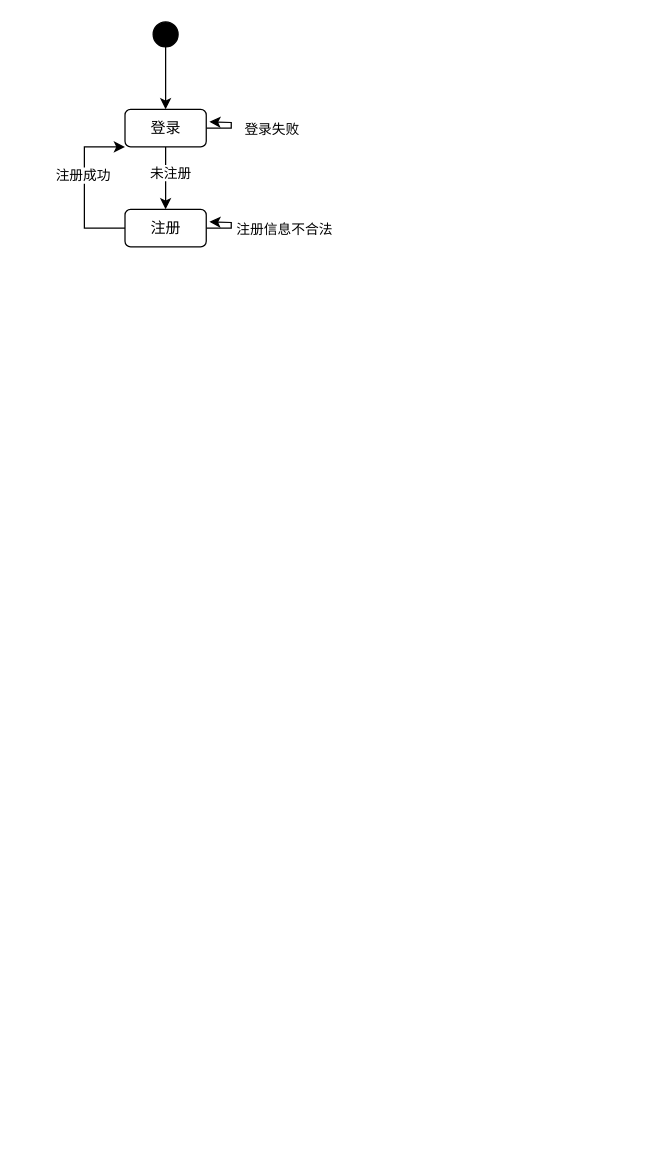
This is uml.drawio from Gannju/remote-repo, a draw.io file, before an edit. Source tidied: cells renumbered, new cells numbered last; positions are measured from the earlier drawing's top-left corner, leaving out a move shared by most shapes. Both pictures are drawn from the tidied source at 125%, with x=0, y=0 at pixel (84, 21).
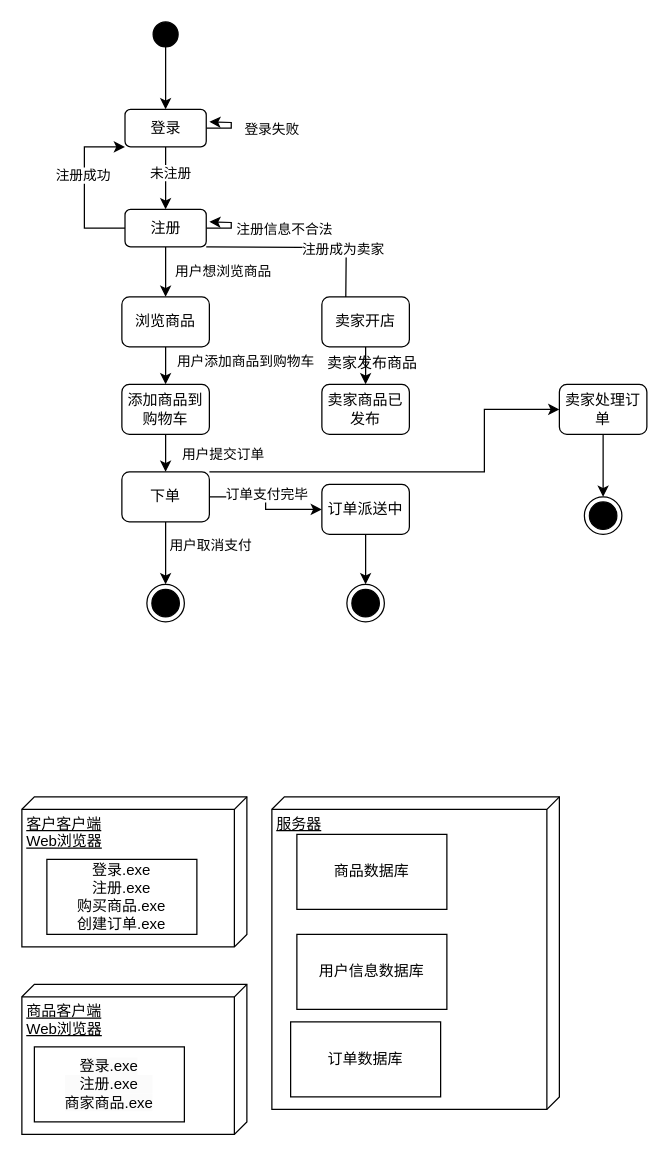
Above is the later version.

Unchanged cells that the change refers to:
```xml
<mxCell id="13" value="注册" style="rounded=1;whiteSpace=wrap;html=1;" parent="1" vertex="1">
  <mxGeometry x="32.5" y="150" width="65" height="30" as="geometry" />
</mxCell>
```

What changed in the source:
```diff
@@
+    <mxCell id="14" style="edgeStyle=orthogonalEdgeStyle;rounded=0;jettySize=auto;html=1;entryX=0.5;entryY=0;entryDx=0;entryDy=0;" parent="1" edge="1" source="13" target="20">
+      <mxGeometry relative="1" as="geometry" />
+    </mxCell>
+    <mxCell id="15" value="用户想浏览商品" style="edgeLabel;html=1;align=center;verticalAlign=middle;" parent="14" vertex="1">
+      <mxGeometry x="-0.49" y="2" relative="1" as="geometry">
+        <mxPoint x="43" y="9" as="offset" />
+      </mxGeometry>
+    </mxCell>
+    <mxCell id="16" style="edgeStyle=orthogonalEdgeStyle;rounded=0;orthogonalLoop=1;jettySize=auto;html=1;entryX=0.5;entryY=0;entryDx=0;entryDy=0;" parent="1" edge="1">
+      <mxGeometry relative="1" as="geometry">
+        <mxPoint x="97.5" y="180" as="sourcePoint" />
+        <mxPoint x="209" y="235" as="targetPoint" />
+      </mxGeometry>
+    </mxCell>
+    <mxCell id="17" value="注册成为卖家" style="edgeLabel;html=1;align=center;verticalAlign=middle;" parent="16" vertex="1">
+      <mxGeometry x="0.31" y="-1" relative="1" as="geometry" />
+    </mxCell>
@@
+    <mxCell id="18" style="edgeStyle=orthogonalEdgeStyle;rounded=0;jettySize=auto;html=1;entryX=0.5;entryY=0;entryDx=0;entryDy=0;" parent="1" edge="1" source="20" target="29">
+      <mxGeometry relative="1" as="geometry" />
+    </mxCell>
+    <mxCell id="19" value="用户添加商品到购物车" style="edgeLabel;html=1;align=center;verticalAlign=middle;" parent="18" vertex="1">
+      <mxGeometry x="-0.66" y="-1" relative="1" as="geometry">
+        <mxPoint x="64" y="2" as="offset" />
+      </mxGeometry>
+    </mxCell>
+    <mxCell id="20" value="浏览商品" style="rounded=1;whiteSpace=wrap;html=1;" parent="1" vertex="1">
+      <mxGeometry x="30" y="220" width="70" height="40" as="geometry" />
+    </mxCell>
+    <mxCell id="21" style="edgeStyle=orthogonalEdgeStyle;rounded=0;jettySize=auto;html=1;entryX=0.5;entryY=0;entryDx=0;entryDy=0;" parent="1" edge="1" source="26" target="30">
+      <mxGeometry relative="1" as="geometry" />
+    </mxCell>
+    <mxCell id="22" value="用户取消支付" style="edgeLabel;html=1;align=center;verticalAlign=middle;" parent="21" vertex="1">
+      <mxGeometry x="-0.29" y="1" relative="1" as="geometry">
+        <mxPoint x="34" as="offset" />
+      </mxGeometry>
+    </mxCell>
+    <mxCell id="23" style="edgeStyle=orthogonalEdgeStyle;rounded=0;jettySize=auto;html=1;entryX=0;entryY=0.5;entryDx=0;entryDy=0;" parent="1" edge="1" source="26" target="32">
+      <mxGeometry relative="1" as="geometry" />
+    </mxCell>
+    <mxCell id="24" value="订单支付完毕" style="edgeLabel;html=1;align=center;verticalAlign=middle;" parent="23" vertex="1">
+      <mxGeometry x="0.03" relative="1" as="geometry">
+        <mxPoint y="-10" as="offset" />
+      </mxGeometry>
+    </mxCell>
+    <mxCell id="25" style="edgeStyle=orthogonalEdgeStyle;rounded=0;jettySize=auto;html=1;entryX=0;entryY=0.5;entryDx=0;entryDy=0;" parent="1" edge="1" source="26" target="39">
+      <mxGeometry relative="1" as="geometry">
+        <Array as="points">
+          <mxPoint x="320" y="360" />
+          <mxPoint x="320" y="310" />
+        </Array>
+      </mxGeometry>
+    </mxCell>
+    <mxCell id="26" value="下单" style="rounded=1;whiteSpace=wrap;html=1;" parent="1" vertex="1">
+      <mxGeometry x="30" y="360" width="70" height="40" as="geometry" />
+    </mxCell>
+    <mxCell id="27" style="edgeStyle=orthogonalEdgeStyle;rounded=0;jettySize=auto;html=1;entryX=0.5;entryY=0;entryDx=0;entryDy=0;" parent="1" edge="1" source="29" target="26">
+      <mxGeometry relative="1" as="geometry" />
+    </mxCell>
+    <mxCell id="28" value="用户提交订单" style="edgeLabel;html=1;align=center;verticalAlign=middle;" parent="27" vertex="1">
+      <mxGeometry x="0.4" relative="1" as="geometry">
+        <mxPoint x="45" as="offset" />
+      </mxGeometry>
+    </mxCell>
+    <mxCell id="29" value="添加商品到购物车" style="rounded=1;whiteSpace=wrap;html=1;" parent="1" vertex="1">
+      <mxGeometry x="30" y="290" width="70" height="40" as="geometry" />
+    </mxCell>
+    <mxCell id="30" style="ellipse;html=1;shape=endState;fillColor=strokeColor;" parent="1" vertex="1">
+      <mxGeometry x="50" y="450" width="30" height="30" as="geometry" />
+    </mxCell>
+    <mxCell id="31" style="edgeStyle=orthogonalEdgeStyle;rounded=0;jettySize=auto;html=1;entryX=0.5;entryY=0;entryDx=0;entryDy=0;" parent="1" edge="1" source="32" target="33">
+      <mxGeometry relative="1" as="geometry" />
+    </mxCell>
+    <mxCell id="32" value="订单派送中" style="rounded=1;whiteSpace=wrap;html=1;" parent="1" vertex="1">
+      <mxGeometry x="190" y="370" width="70" height="40" as="geometry" />
+    </mxCell>
+    <mxCell id="33" style="ellipse;html=1;shape=endState;fillColor=strokeColor;" parent="1" vertex="1">
+      <mxGeometry x="210" y="450" width="30" height="30" as="geometry" />
+    </mxCell>
+    <mxCell id="34" style="edgeStyle=orthogonalEdgeStyle;rounded=0;jettySize=auto;html=1;entryX=0.5;entryY=0;entryDx=0;entryDy=0;" parent="1" edge="1" source="35" target="36">
+      <mxGeometry relative="1" as="geometry" />
+    </mxCell>
+    <mxCell id="35" value="卖家开店" style="rounded=1;whiteSpace=wrap;html=1;" parent="1" vertex="1">
+      <mxGeometry x="190" y="220" width="70" height="40" as="geometry" />
+    </mxCell>
+    <mxCell id="36" value="卖家商品已发布" style="rounded=1;whiteSpace=wrap;html=1;" parent="1" vertex="1">
+      <mxGeometry x="190" y="290" width="70" height="40" as="geometry" />
+    </mxCell>
+    <mxCell id="37" value="卖家发布商品" style="text;html=1;align=center;verticalAlign=middle;strokeColor=none;fillColor=none;" parent="1" vertex="1">
+      <mxGeometry x="180" y="258" width="100" height="30" as="geometry" />
+    </mxCell>
+    <mxCell id="38" style="edgeStyle=orthogonalEdgeStyle;rounded=0;jettySize=auto;html=1;entryX=0.5;entryY=0;entryDx=0;entryDy=0;" parent="1" edge="1" source="39" target="40">
+      <mxGeometry relative="1" as="geometry" />
+    </mxCell>
+    <mxCell id="39" value="卖家处理订单" style="rounded=1;whiteSpace=wrap;html=1;" parent="1" vertex="1">
+      <mxGeometry x="380" y="290" width="70" height="40" as="geometry" />
+    </mxCell>
+    <mxCell id="40" style="ellipse;html=1;shape=endState;fillColor=strokeColor;" parent="1" vertex="1">
+      <mxGeometry x="400" y="380" width="30" height="30" as="geometry" />
+    </mxCell>
+    <mxCell id="41" value="客户客户端&lt;div&gt;Web浏览器&lt;/div&gt;" style="verticalAlign=top;align=left;spacingTop=8;spacingLeft=2;spacingRight=12;shape=cube;size=10;direction=south;fontStyle=4;html=1;whiteSpace=wrap;" parent="1" vertex="1">
+      <mxGeometry x="-50" y="620" width="180" height="120" as="geometry" />
+    </mxCell>
+    <mxCell id="42" value="商品客户端&lt;div&gt;Web浏览器&lt;/div&gt;&lt;div&gt;&lt;br&gt;&lt;/div&gt;&lt;div&gt;&lt;br&gt;&lt;/div&gt;" style="verticalAlign=top;align=left;spacingTop=8;spacingLeft=2;spacingRight=12;shape=cube;size=10;direction=south;fontStyle=4;html=1;whiteSpace=wrap;" parent="1" vertex="1">
+      <mxGeometry x="-50" y="770" width="180" height="120" as="geometry" />
+    </mxCell>
+    <mxCell id="43" value="服务器" style="verticalAlign=top;align=left;spacingTop=8;spacingLeft=2;spacingRight=12;shape=cube;size=10;direction=south;fontStyle=4;html=1;whiteSpace=wrap;" parent="1" vertex="1">
+      <mxGeometry x="150" y="620" width="230" height="250" as="geometry" />
+    </mxCell>
+    <mxCell id="44" value="&lt;span style=&quot;color: rgb(0, 0, 0); font-family: Helvetica; font-size: 12px; font-style: normal; font-variant-ligatures: normal; font-variant-caps: normal; font-weight: 400; letter-spacing: normal; orphans: 2; text-align: center; text-indent: 0px; text-transform: none; widows: 2; word-spacing: 0px; -webkit-text-stroke-width: 0px; white-space: normal; background-color: rgb(251, 251, 251); text-decoration-thickness: initial; text-decoration-style: initial; text-decoration-color: initial; display: inline !important; float: none;&quot;&gt;登录.exe&lt;/span&gt;&lt;div style=&quot;forced-color-adjust: none; color: rgb(0, 0, 0); font-family: Helvetica; font-size: 12px; font-style: normal; font-variant-ligatures: normal; font-variant-caps: normal; font-weight: 400; letter-spacing: normal; orphans: 2; text-align: center; text-indent: 0px; text-transform: none; widows: 2; word-spacing: 0px; -webkit-text-stroke-width: 0px; white-space: normal; background-color: rgb(251, 251, 251); text-decoration-thickness: initial; text-decoration-style: initial; text-decoration-color: initial;&quot;&gt;注册.exe&lt;/div&gt;&lt;div style=&quot;forced-color-adjust: none; color: rgb(0, 0, 0); font-family: Helvetica; font-size: 12px; font-style: normal; font-variant-ligatures: normal; font-variant-caps: normal; font-weight: 400; letter-spacing: normal; orphans: 2; text-align: center; text-indent: 0px; text-transform: none; widows: 2; word-spacing: 0px; -webkit-text-stroke-width: 0px; white-space: normal; background-color: rgb(251, 251, 251); text-decoration-thickness: initial; text-decoration-style: initial; text-decoration-color: initial;&quot;&gt;商家商品.exe&lt;/div&gt;" style="rounded=0;whiteSpace=wrap;html=1;" parent="1" vertex="1">
+      <mxGeometry x="-40" y="820" width="120" height="60" as="geometry" />
+    </mxCell>
+    <mxCell id="45" value="登录.exe&lt;div&gt;注册.exe&lt;/div&gt;&lt;div&gt;购买商品.exe&lt;/div&gt;&lt;div&gt;创建订单.exe&lt;/div&gt;" style="rounded=0;whiteSpace=wrap;html=1;" parent="1" vertex="1">
+      <mxGeometry x="-30" y="670" width="120" height="60" as="geometry" />
+    </mxCell>
+    <mxCell id="46" value="商品数据库" style="rounded=0;whiteSpace=wrap;html=1;" parent="1" vertex="1">
+      <mxGeometry x="170" y="650" width="120" height="60" as="geometry" />
+    </mxCell>
+    <mxCell id="47" value="用户信息数据库" style="rounded=0;whiteSpace=wrap;html=1;" parent="1" vertex="1">
+      <mxGeometry x="170" y="730" width="120" height="60" as="geometry" />
+    </mxCell>
+    <mxCell id="48" value="订单数据库" style="rounded=0;whiteSpace=wrap;html=1;" parent="1" vertex="1">
+      <mxGeometry x="165" y="800" width="120" height="60" as="geometry" />
+    </mxCell>
```
